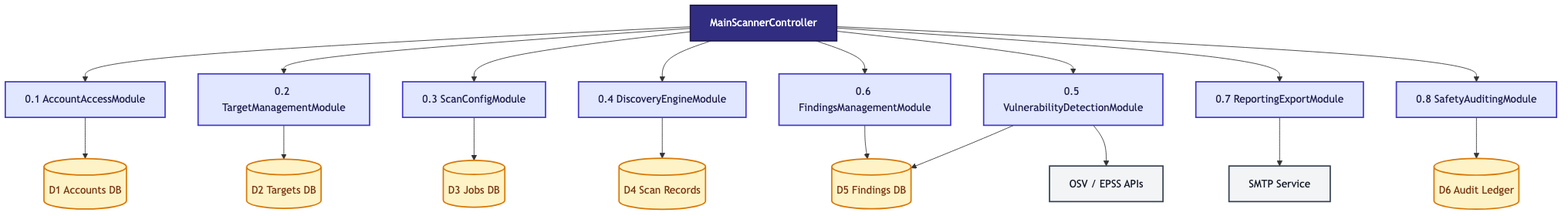
ksacheth/software-engineering keeps this Mermaid diagram as docs/mermaid/png/structure-chart.png. Above is the earlier version. Its source is kept beside it as docs/mermaid/structure-chart.mmd.
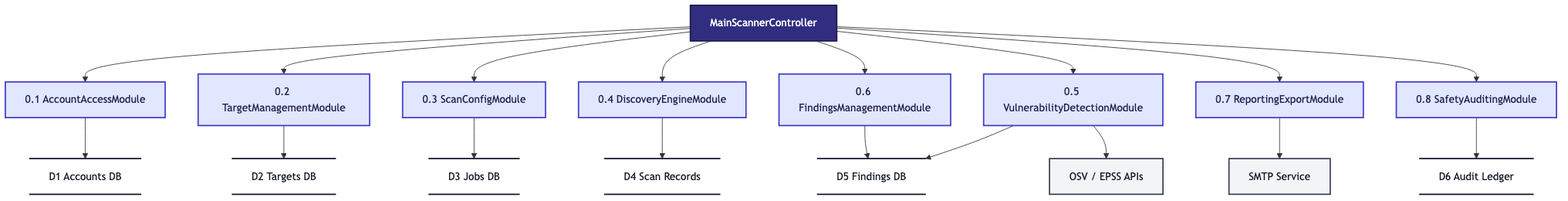
After the commit.

Change to the diagram source:
```diff
@@ -11,12 +11,12 @@
     M7["0.7 ReportingExportModule"]
     M8["0.8 SafetyAuditingModule"]
 
-    D1[("D1 Accounts DB")]
-    D2[("D2 Targets DB")]
-    D3[("D3 Jobs DB")]
-    D4[("D4 Scan Records")]
-    D5[("D5 Findings DB")]
-    D6[("D6 Audit Ledger")]
+    D1@{ shape: datastore, label: "D1 Accounts DB" }
+    D2@{ shape: datastore, label: "D2 Targets DB" }
+    D3@{ shape: datastore, label: "D3 Jobs DB" }
+    D4@{ shape: datastore, label: "D4 Scan Records" }
+    D5@{ shape: datastore, label: "D5 Findings DB" }
+    D6@{ shape: datastore, label: "D6 Audit Ledger" }
     OSV["OSV / EPSS APIs"]
     SMTP["SMTP Service"]
 
@@ -41,7 +41,7 @@
 
     classDef root fill:#312e81,stroke:#1e1b4b,stroke-width:2px,color:#ffffff;
     classDef module fill:#e0e7ff,stroke:#4338ca,stroke-width:2px,color:#1e1b4b;
-    classDef store fill:#fef3c7,stroke:#d97706,stroke-width:2px,color:#78350f;
+    classDef store fill:transparent,stroke:#111827,stroke-width:2px,color:#111827;
     classDef external fill:#f3f4f6,stroke:#374151,stroke-width:2px,color:#111827;
 
     class Root root;
```
